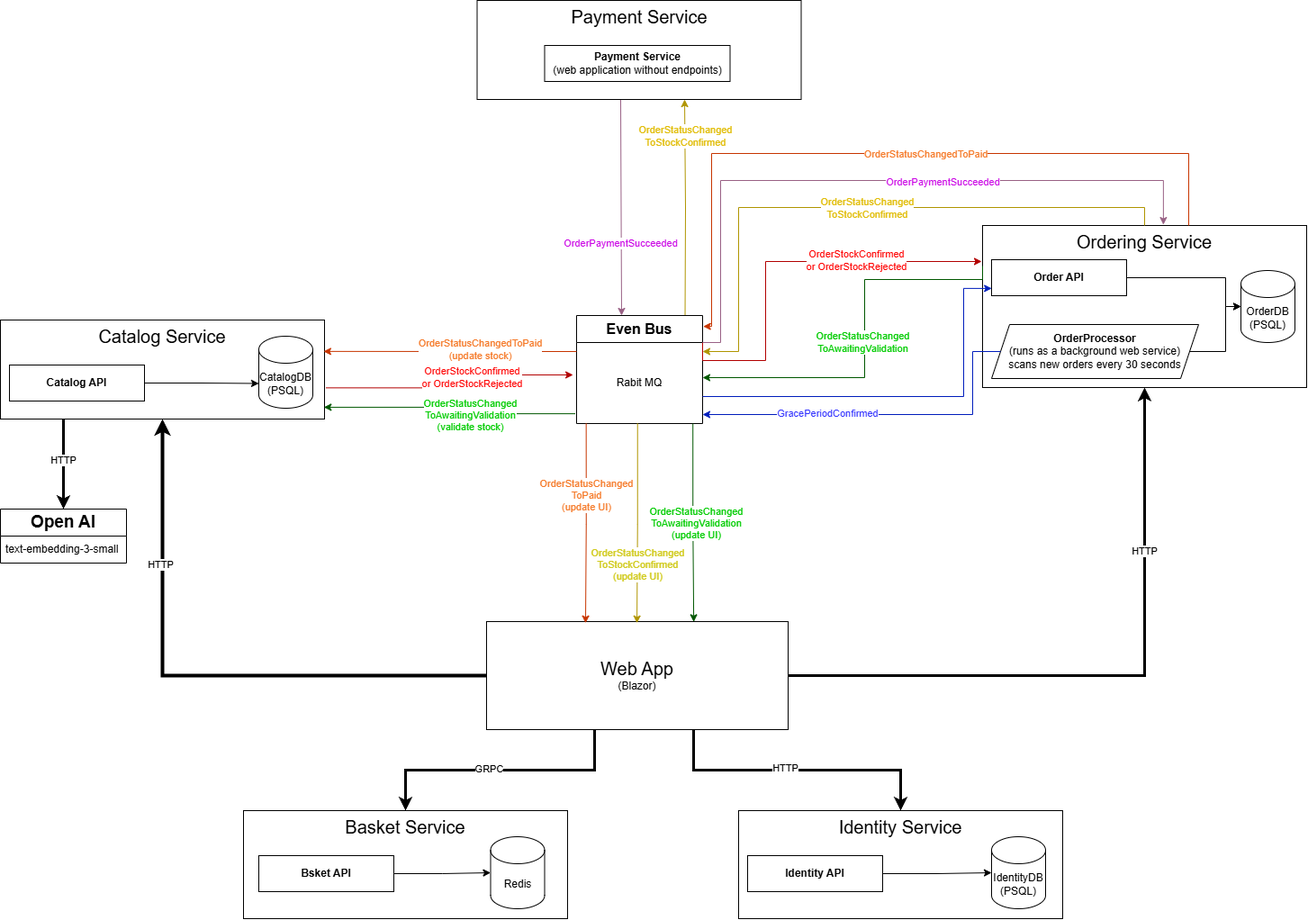
The draw.io diagram Diagram.drawio.png in DenisKaminsky/CollectibleDiecast, before a commit. Source tidied: cells renumbered, new cells last; positions are measured from the earlier drawing's top-left corner, leaving out a move shared by most shapes.
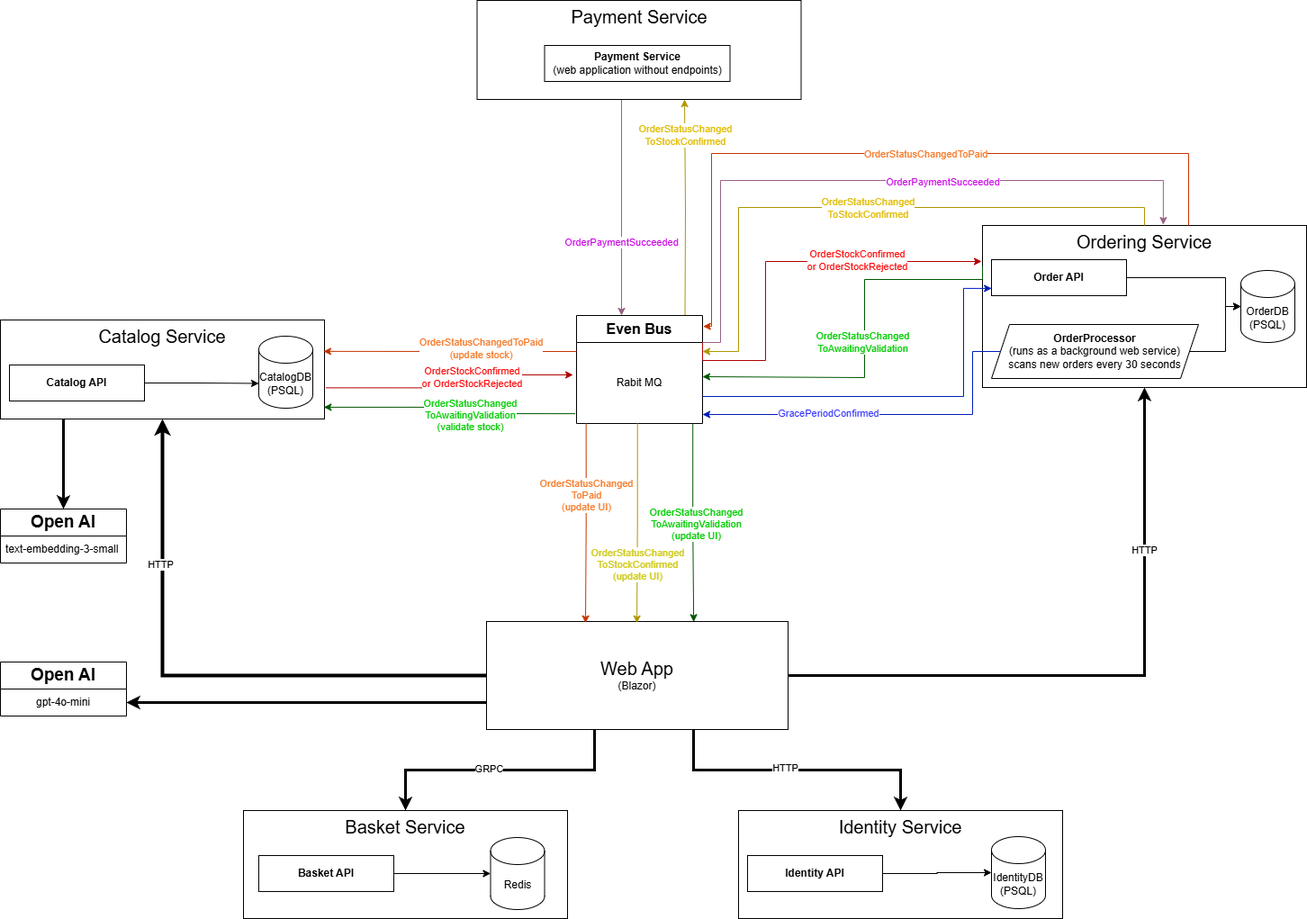
Above is the later version.

Diff of the diagram source:
```diff
@@ -10,9 +10,6 @@
         </Array>
       </mxGeometry>
     </mxCell>
-    <mxCell id="3" value="HTTP" style="edgeLabel;html=1;align=center;verticalAlign=middle;" parent="2" vertex="1">
-      <mxGeometry x="-0.1" y="-1" relative="1" as="geometry" />
-    </mxCell>
     <mxCell id="4" value="Catalog Service" style="rounded=0;whiteSpace=wrap;html=1;verticalAlign=top;fontSize=20;" parent="1" vertex="1">
       <mxGeometry y="355" width="360" height="110" as="geometry" />
     </mxCell>
@@ -156,6 +153,9 @@
     <mxCell id="34" value="GRPC" style="edgeLabel;html=1;align=center;verticalAlign=middle;" parent="33" vertex="1">
       <mxGeometry x="0.08" y="-2" relative="1" as="geometry" />
     </mxCell>
+    <mxCell id="66" style="edgeStyle=orthogonalEdgeStyle;rounded=0;jettySize=auto;html=1;exitX=0;exitY=0.75;exitDx=0;exitDy=0;entryX=1;entryY=0.5;entryDx=0;entryDy=0;strokeWidth=3;" parent="1" edge="1" source="35" target="68">
+      <mxGeometry relative="1" as="geometry" />
+    </mxCell>
     <mxCell id="35" value="&lt;font style=&quot;font-size: 20px;&quot;&gt;Web App&lt;/font&gt;&lt;div style=&quot;&quot;&gt;&lt;font style=&quot;font-size: 12px;&quot;&gt;(Blazor)&lt;/font&gt;&lt;/div&gt;" style="rounded=0;whiteSpace=wrap;html=1;" parent="1" vertex="1">
       <mxGeometry x="540" y="690" width="335" height="120" as="geometry" />
     </mxCell>
@@ -294,14 +294,20 @@
     <mxCell id="62" value="Basket Service" style="rounded=0;whiteSpace=wrap;html=1;verticalAlign=top;fontSize=20;" parent="1" vertex="1">
       <mxGeometry x="270" y="900" width="360" height="120" as="geometry" />
     </mxCell>
-    <mxCell id="63" value="&lt;b&gt;Bsket API&lt;/b&gt;" style="rounded=0;whiteSpace=wrap;html=1;" parent="1" vertex="1">
+    <mxCell id="63" value="&lt;b&gt;Basket API&lt;/b&gt;" style="rounded=0;whiteSpace=wrap;html=1;" parent="1" vertex="1">
       <mxGeometry x="287" y="950" width="150" height="40" as="geometry" />
     </mxCell>
     <mxCell id="64" value="Redis" style="shape=cylinder3;whiteSpace=wrap;html=1;boundedLbl=1;backgroundOutline=1;size=15;" parent="1" vertex="1">
-      <mxGeometry x="544.5" y="929" width="60" height="80" as="geometry" />
+      <mxGeometry x="544.5" y="930" width="60" height="80" as="geometry" />
     </mxCell>
     <mxCell id="65" style="edgeStyle=orthogonalEdgeStyle;rounded=0;jettySize=auto;html=1;entryX=0;entryY=0.5;entryDx=0;entryDy=0;entryPerimeter=0;" parent="1" edge="1" source="63" target="64">
       <mxGeometry relative="1" as="geometry" />
     </mxCell>
+    <mxCell id="67" value="Open AI" style="swimlane;fontStyle=1;horizontal=1;startSize=30;whiteSpace=wrap;html=1;fontSize=19;" parent="1" vertex="1">
+      <mxGeometry y="735" width="140" height="60" as="geometry" />
+    </mxCell>
+    <mxCell id="68" value="gpt-4o-mini" style="text;strokeColor=none;fillColor=none;align=center;verticalAlign=middle;spacingLeft=4;spacingRight=4;overflow=hidden;points=[[0,0.5],[1,0.5]];portConstraint=eastwest;whiteSpace=wrap;html=1;" parent="67" vertex="1">
+      <mxGeometry y="30" width="140" height="30" as="geometry" />
+    </mxCell>
   </root>
 </mxGraphModel>
```
